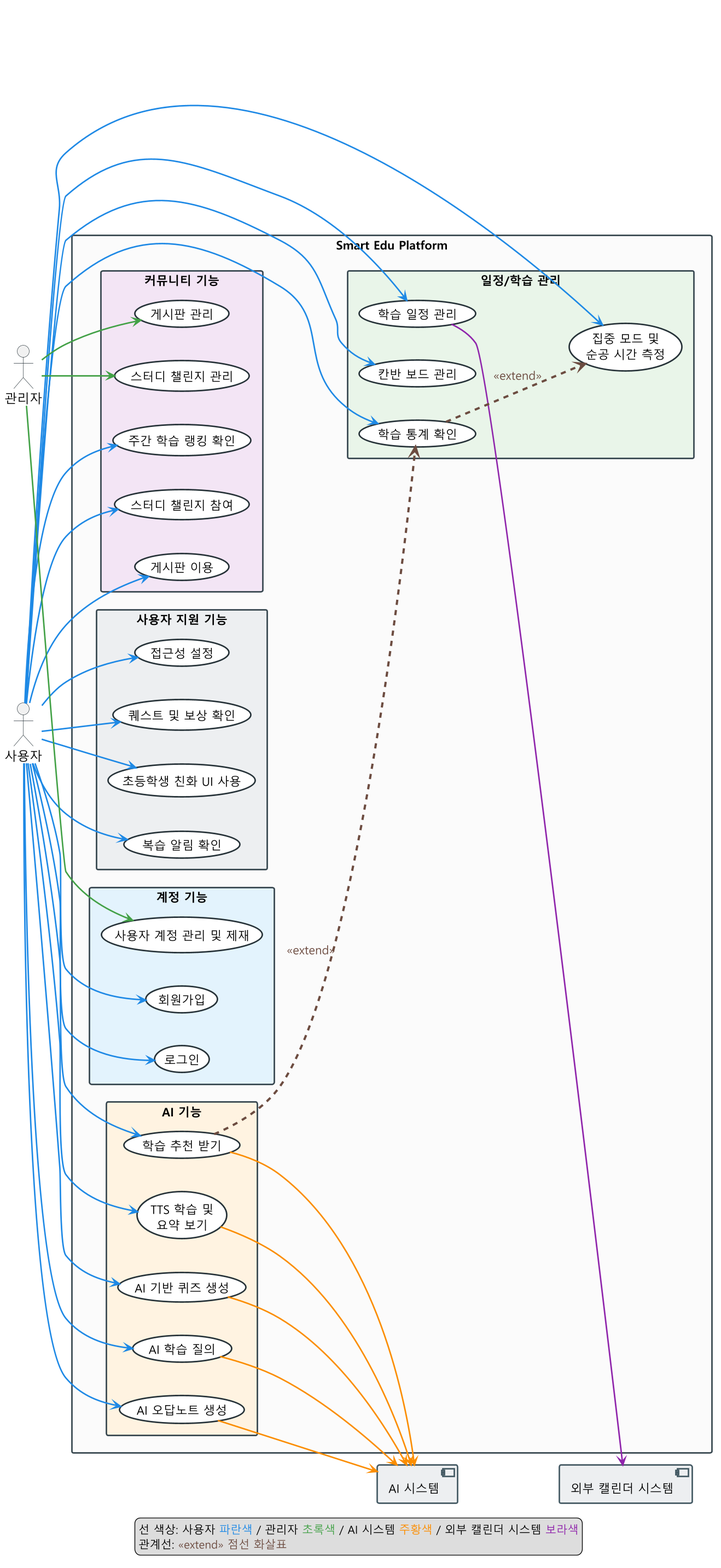
Before: screenshots/usecase-diagram.png, a diagram exported from PlantUML (jeongiryang/SoftwareEngineering_team15_project_-Smart-Edu-Platform).
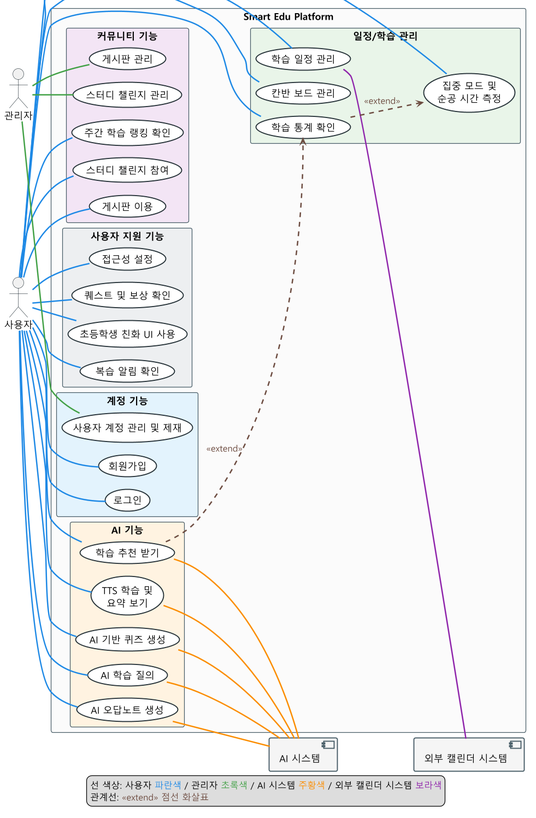
The same diagram one commit later.

Diff of the diagram source:
```diff
@@ -1,67 +1,63 @@
 @startuml
+!pragma layout smetana
 left to right direction
 skinparam shadowing false
 skinparam packageStyle rectangle
-skinparam dpi 130
+skinparam dpi 120
 skinparam defaultFontName Malgun Gothic
-skinparam defaultFontSize 16
 skinparam ArrowThickness 2
-skinparam nodesep 45
-skinparam ranksep 45
 skinparam usecase {
   BackgroundColor #FFFFFF
   BorderColor #263238
-  BorderThickness 2
+  BorderThickness 1.5
   FontName Malgun Gothic
-  FontSize 16
+  FontSize 14
 }
 skinparam actor {
   FontName Malgun Gothic
-  FontSize 17
+  FontSize 14
   BorderColor #263238
 }
 skinparam component {
   FontName Malgun Gothic
-  FontSize 16
+  FontSize 14
   BorderColor #455A64
-  BackgroundColor #ECEFF1
-  BorderThickness 2
+  BackgroundColor #F5F5F5
+  BorderThickness 1.5
 }
 skinparam package {
   FontName Malgun Gothic
-  FontSize 18
+  FontSize 15
   FontStyle bold
-  BorderThickness 2
-  BorderColor #607D8B
+  BorderColor #90A4AE
 }
 skinparam rectangle {
-  BorderThickness 2
-  BorderColor #37474F
+  BorderColor #455A64
   BackgroundColor #FAFAFA
 }
 skinparam legend {
   FontName Malgun Gothic
-  FontSize 15
+  FontSize 13
 }
 
 actor "사용자" as User
 actor "관리자" as Admin
 
 rectangle "Smart Edu Platform" {
-  package "계정 기능" #E3F2FD {
+  package "계정 기능" as AccountGroup #E3F2FD {
     usecase "회원가입" as UC01
     usecase "로그인" as UC02
     usecase "사용자 계정 관리 및 제재" as UC20
   }
 
-  package "일정/학습 관리" #E8F5E9 {
+  package "일정/학습 관리" as ScheduleGroup #E8F5E9 {
     usecase "학습 일정 관리" as UC03
     usecase "칸반 보드 관리" as UC04
     usecase "학습 통계 확인" as UC11
     usecase "집중 모드 및\n순공 시간 측정" as UC12
   }
 
-  package "AI 기능" #FFF3E0 {
+  package "AI 기능" as AIGroup #FFF3E0 {
     usecase "AI 학습 질의" as UC05
     usecase "AI 오답노트 생성" as UC06
     usecase "학습 추천 받기" as UC07
@@ -69,7 +65,7 @@
     usecase "AI 기반 퀴즈 생성" as UC19
   }
 
-  package "커뮤니티 기능" #F3E5F5 {
+  package "커뮤니티 기능" as CommunityGroup #F3E5F5 {
     usecase "주간 학습 랭킹 확인" as UC08
     usecase "스터디 챌린지 참여" as UC09
     usecase "게시판 이용" as UC10
@@ -77,50 +73,51 @@
     usecase "스터디 챌린지 관리" as UC21
   }
 
-  package "사용자 지원 기능" #ECEFF1 {
+  package "사용자 지원 기능" as SupportGroup #ECEFF1 {
     usecase "접근성 설정" as UC14
     usecase "퀘스트 및 보상 확인" as UC15
     usecase "초등학생 친화 UI 사용" as UC16
     usecase "복습 알림 확인" as UC17
   }
+
 }
 
 component "AI 시스템" as AISystem
 component "외부 캘린더 시스템" as CalendarSystem
 
-User -[#1E88E5]-> UC01
-User -[#1E88E5]-> UC02
-User -[#1E88E5]-> UC03
-User -[#1E88E5]-> UC04
-User -[#1E88E5]-> UC05
-User -[#1E88E5]-> UC06
-User -[#1E88E5]-> UC07
-User -[#1E88E5]-> UC08
-User -[#1E88E5]-> UC09
-User -[#1E88E5]-> UC10
-User -[#1E88E5]-> UC11
-User -[#1E88E5]-> UC12
-User -[#1E88E5]-> UC13
-User -[#1E88E5]-> UC14
-User -[#1E88E5]-> UC15
-User -[#1E88E5]-> UC16
-User -[#1E88E5]-> UC17
-User -[#1E88E5]-> UC19
+User -[#1E88E5]- UC01
+User -[#1E88E5]- UC02
+User -[#1E88E5]- UC03
+User -[#1E88E5]- UC04
+User -[#1E88E5]- UC05
+User -[#1E88E5]- UC06
+User -[#1E88E5]- UC07
+User -[#1E88E5]- UC08
+User -[#1E88E5]- UC09
+User -[#1E88E5]- UC10
+User -[#1E88E5]- UC11
+User -[#1E88E5]- UC12
+User -[#1E88E5]- UC13
+User -[#1E88E5]- UC14
+User -[#1E88E5]- UC15
+User -[#1E88E5]- UC16
+User -[#1E88E5]- UC17
+User -[#1E88E5]- UC19
 
-Admin -[#43A047]-> UC18
-Admin -[#43A047]-> UC20
-Admin -[#43A047]-> UC21
+Admin -[#43A047]- UC18
+Admin -[#43A047]- UC20
+Admin -[#43A047]- UC21
 
-UC05 -[#FB8C00]-> AISystem
-UC06 -[#FB8C00]-> AISystem
-UC07 -[#FB8C00]-> AISystem
-UC13 -[#FB8C00]-> AISystem
-UC19 -[#FB8C00]-> AISystem
+UC05 -[#FB8C00]- AISystem
+UC06 -[#FB8C00]- AISystem
+UC07 -[#FB8C00]- AISystem
+UC13 -[#FB8C00]- AISystem
+UC19 -[#FB8C00]- AISystem
 
-UC03 -[#8E24AA]-> CalendarSystem
+UC03 -[#8E24AA]- CalendarSystem
 
-UC11 -[#6D4C41,dashed,thickness=3]-> UC12 : <color:#6D4C41><size:16><<extend>></size></color>
-UC07 -[#6D4C41,dashed,thickness=3]-> UC11 : <color:#6D4C41><size:16><<extend>></size></color>
+UC11 -[#6D4C41,dashed,thickness=2]-> UC12 : <color:#6D4C41><<extend>></color>
+UC07 -[#6D4C41,dashed,thickness=2]-> UC11 : <color:#6D4C41><<extend>></color>
 
 legend bottom
   선 색상: 사용자 <color:#1E88E5>파란색</color> / 관리자 <color:#43A047>초록색</color> / AI 시스템 <color:#FB8C00>주황색</color> / 외부 캘린더 시스템 <color:#8E24AA>보라색</color>
```
